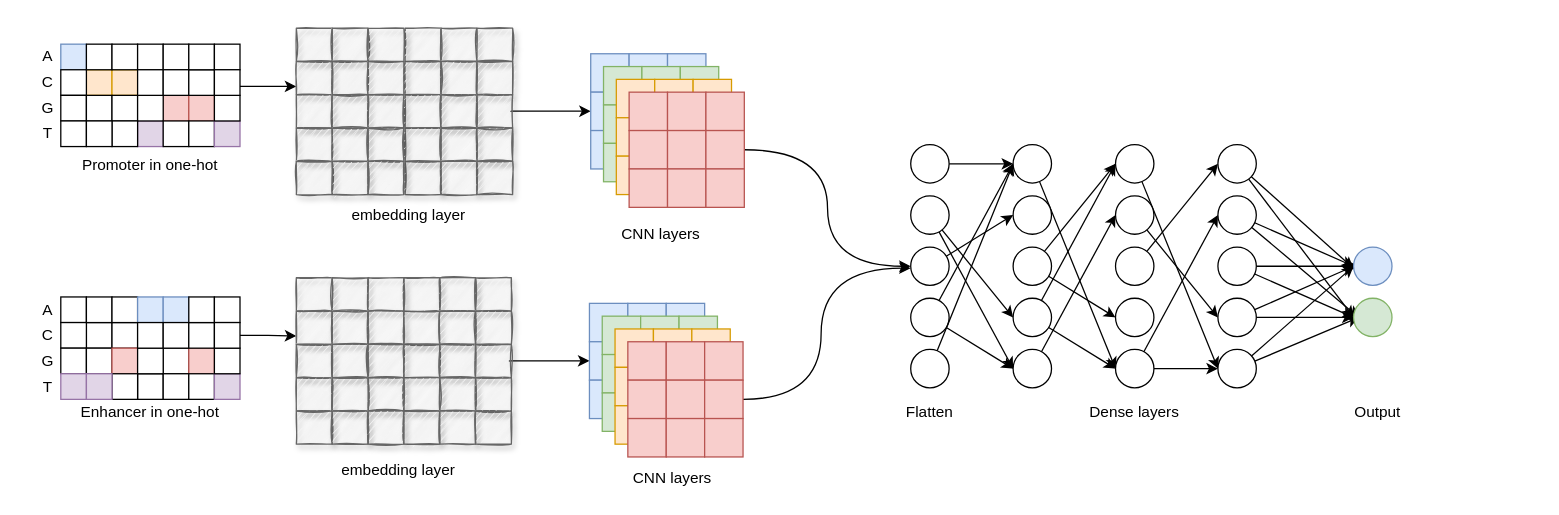
Before: onehot_embedding_cnn_two_branch.drawio in NaiveTom/draw.io, a draw.io diagram. Source tidied: cells renumbered, new cells numbered last; positions are measured from the earlier drawing's top-left corner, leaving out a move shared by most shapes. Both pictures are drawn from the tidied source at 128%, with x=0, y=0 at pixel (22, 27).
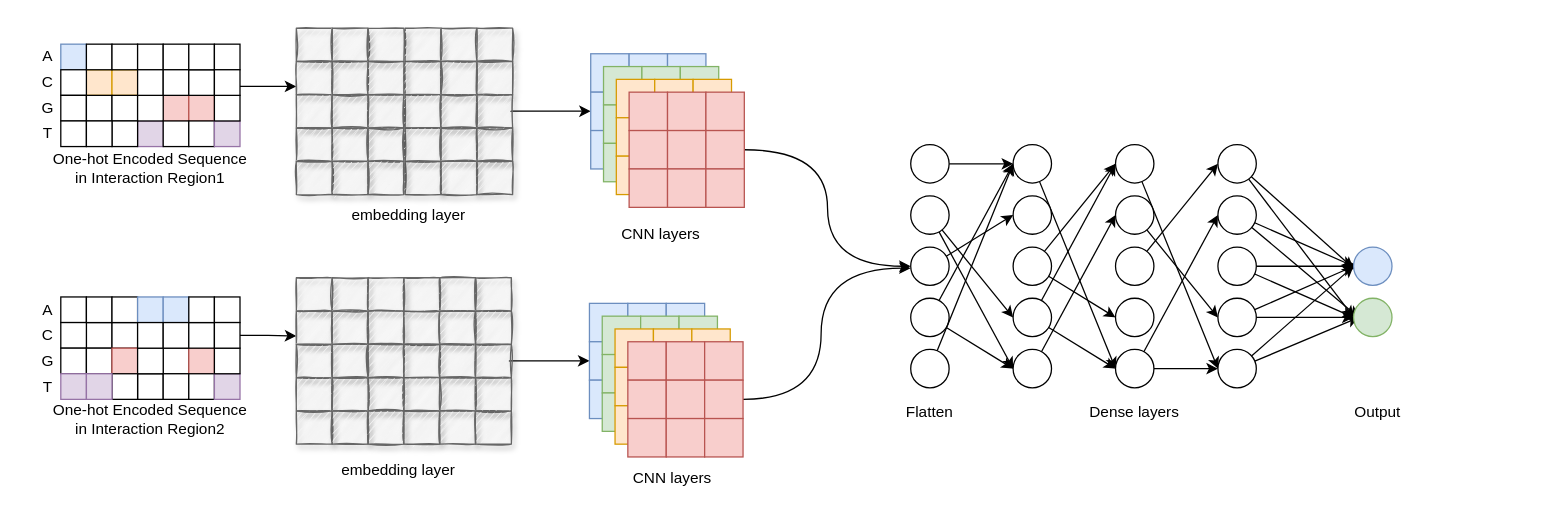
The same page after the edit.

Change to the diagram source:
```diff
@@
-    <mxCell id="163" value="&lt;div&gt;Promoter in one-hot&lt;/div&gt;" style="text;html=1;strokeColor=none;fillColor=none;align=center;verticalAlign=middle;whiteSpace=wrap;rounded=0;" parent="1" vertex="1">
-      <mxGeometry x="20" y="98" width="160" height="20" as="geometry" />
-    </mxCell>
-    <mxCell id="164" value="&lt;div&gt;Enhancer in one-hot&lt;/div&gt;" style="text;html=1;strokeColor=none;fillColor=none;align=center;verticalAlign=middle;whiteSpace=wrap;rounded=0;" parent="1" vertex="1">
-      <mxGeometry x="20" y="290.5" width="160" height="20" as="geometry" />
-    </mxCell>
@@
+    <mxCell id="266" value="One-hot Encoded Sequence in Interaction Region1" style="text;html=1;strokeColor=none;fillColor=none;align=center;verticalAlign=middle;whiteSpace=wrap;rounded=0;" parent="1" vertex="1">
+      <mxGeometry x="20" y="99.5" width="160" height="20" as="geometry" />
+    </mxCell>
+    <mxCell id="267" value="&lt;div&gt;One-hot Encoded Sequence in Interaction Region2&lt;/div&gt;" style="text;html=1;strokeColor=none;fillColor=none;align=center;verticalAlign=middle;whiteSpace=wrap;rounded=0;" parent="1" vertex="1">
+      <mxGeometry x="20" y="295.5" width="160" height="20" as="geometry" />
+    </mxCell>
```
